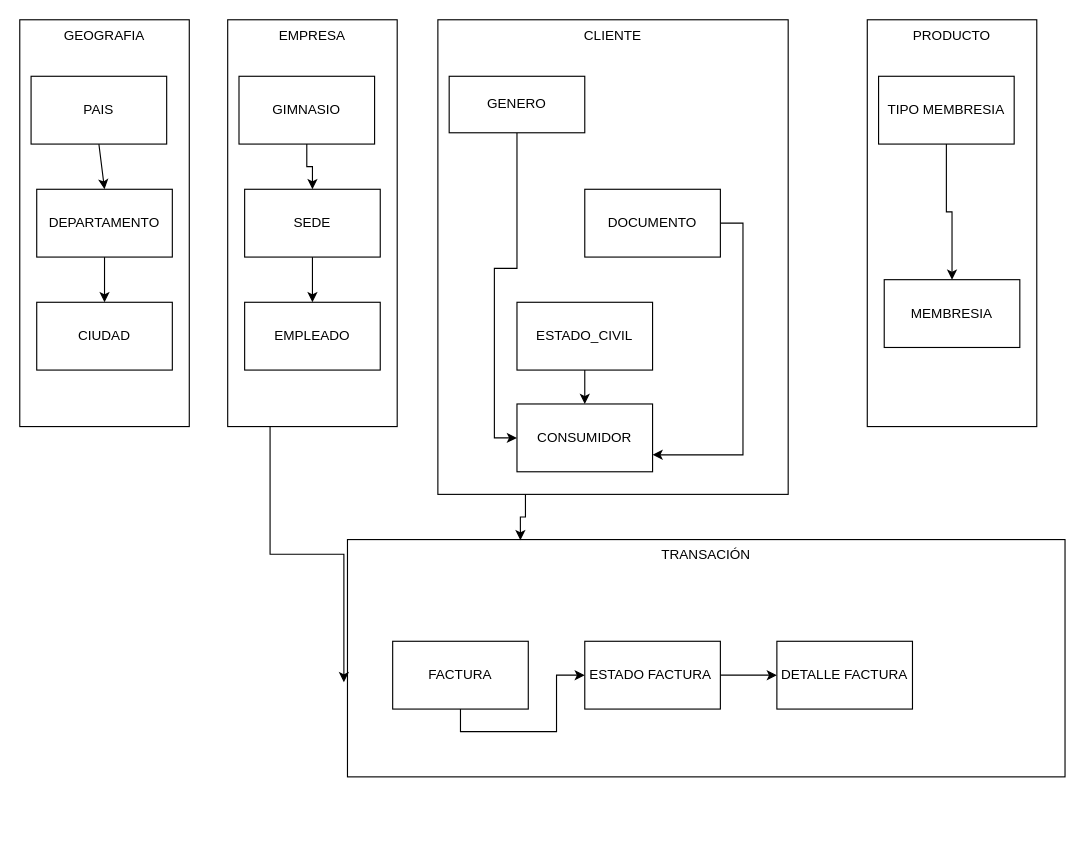
Ale-pool/MAKUMBASPORTS keeps this draw.io diagram as page "OBJECTOSRELACIONALES" (5 of 5) of 1.Planear/MAKUMBASPORTS.drawio. Above is the earlier version. Source tidied: cells renumbered, new cells numbered last; positions are measured from the earlier drawing's top-left corner, leaving out a move shared by most shapes. Both pictures are drawn from the tidied source at 113%, with x=0, y=0 at pixel (19, 19).
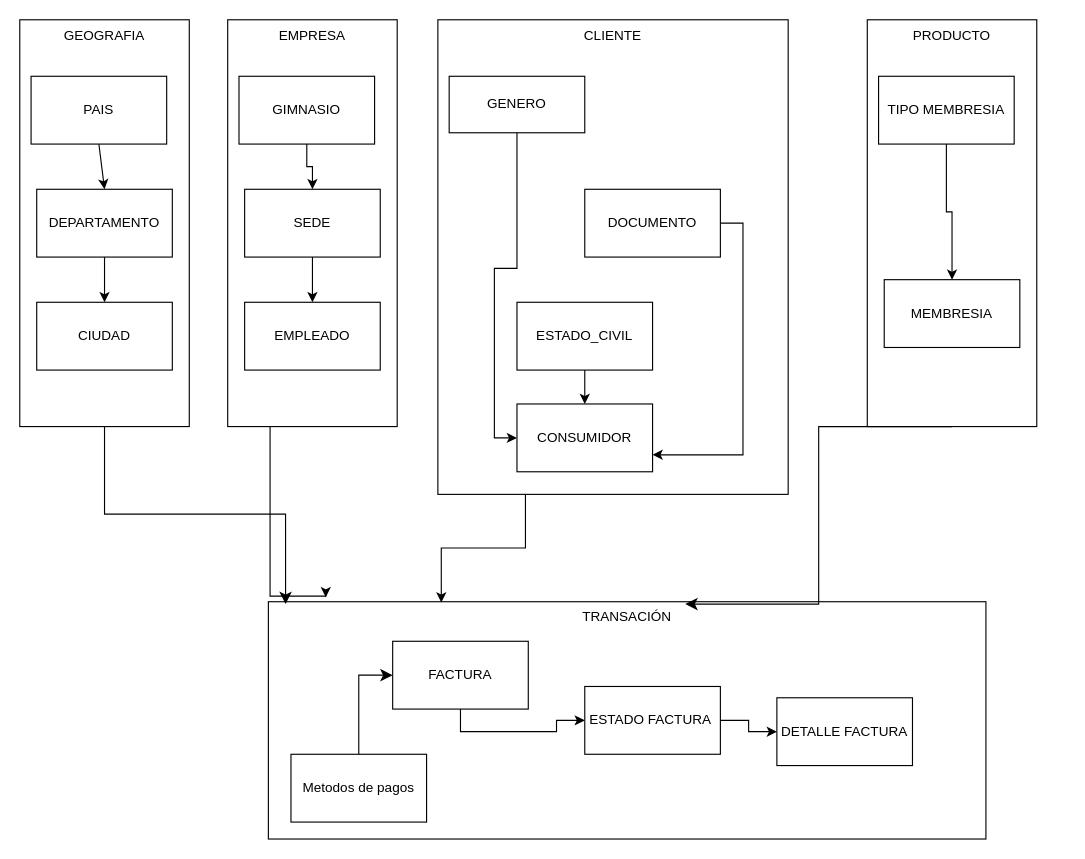
The same page after the edit.

The change refers to these unchanged cells:
```xml
<mxCell id="2" value="GEOGRAFIA" style="rounded=0;whiteSpace=wrap;html=1;verticalAlign=top;" parent="1" vertex="1">
  <mxGeometry width="150" height="360" as="geometry" />
</mxCell>
<mxCell id="8" value="EMPRESA" style="rounded=0;whiteSpace=wrap;html=1;verticalAlign=top;" parent="1" vertex="1">
  <mxGeometry x="184" width="150" height="360" as="geometry" />
</mxCell>
<mxCell id="22" value="PRODUCTO" style="rounded=0;whiteSpace=wrap;html=1;verticalAlign=top;" parent="1" vertex="1">
  <mxGeometry x="750" width="150" height="360" as="geometry" />
</mxCell>
<mxCell id="28" value="FACTURA" style="rounded=0;whiteSpace=wrap;html=1;" parent="1" vertex="1">
  <mxGeometry x="330" y="550" width="120" height="60" as="geometry" />
</mxCell>
```

The edit, as a diff of the source:
```diff
@@
     <mxCell id="26" value="TRANSACIÓN" style="rounded=0;whiteSpace=wrap;html=1;verticalAlign=top;" parent="1" vertex="1">
-      <mxGeometry x="290" y="460" width="635" height="210" as="geometry" />
+      <mxGeometry x="220" y="515" width="635" height="210" as="geometry" />
     </mxCell>
@@
     <mxCell id="30" value="ESTADO FACTURA&amp;nbsp;" style="rounded=0;whiteSpace=wrap;html=1;" parent="1" vertex="1">
-      <mxGeometry x="500" y="550" width="120" height="60" as="geometry" />
+      <mxGeometry x="500" y="590" width="120" height="60" as="geometry" />
     </mxCell>
     <mxCell id="31" value="DETALLE FACTURA" style="rounded=0;whiteSpace=wrap;html=1;" parent="1" vertex="1">
-      <mxGeometry x="670" y="550" width="120" height="60" as="geometry" />
+      <mxGeometry x="670" y="600" width="120" height="60" as="geometry" />
     </mxCell>
@@
-    <mxCell id="33" style="edgeStyle=elbowEdgeStyle;rounded=0;jettySize=auto;html=1;exitX=0.25;exitY=1;exitDx=0;exitDy=0;entryX=-0.005;entryY=0.601;entryDx=0;entryDy=0;entryPerimeter=0;elbow=vertical;" parent="1" edge="1" source="8" target="26">
-      <mxGeometry relative="1" as="geometry" />
+    <mxCell id="33" style="edgeStyle=elbowEdgeStyle;rounded=0;jettySize=auto;html=1;exitX=0.25;exitY=1;exitDx=0;exitDy=0;entryX=0.08;entryY=-0.019;entryDx=0;entryDy=0;entryPerimeter=0;elbow=vertical;" parent="1" edge="1" source="8" target="26">
+      <mxGeometry relative="1" as="geometry">
+        <Array as="points">
+          <mxPoint x="320" y="510" />
+        </Array>
+      </mxGeometry>
     </mxCell>
+    <mxCell id="34" style="edgeStyle=elbowEdgeStyle;rounded=0;jettySize=auto;html=1;exitX=0.5;exitY=1;exitDx=0;exitDy=0;entryX=0.581;entryY=0.01;entryDx=0;entryDy=0;entryPerimeter=0;fontSize=12;startSize=8;endSize=8;" parent="1" edge="1" source="22" target="26">
+      <mxGeometry relative="1" as="geometry" />
+    </mxCell>
+    <mxCell id="35" style="edgeStyle=orthogonalEdgeStyle;rounded=0;jettySize=auto;html=1;exitX=0.5;exitY=1;exitDx=0;exitDy=0;entryX=0.024;entryY=0.01;entryDx=0;entryDy=0;entryPerimeter=0;fontSize=12;startSize=8;endSize=8;" parent="1" edge="1" source="2" target="26">
+      <mxGeometry relative="1" as="geometry" />
+    </mxCell>
+    <mxCell id="36" style="edgeStyle=orthogonalEdgeStyle;rounded=0;jettySize=auto;html=1;entryX=0;entryY=0.5;entryDx=0;entryDy=0;fontSize=12;startSize=8;endSize=8;" parent="1" edge="1" source="37" target="28">
+      <mxGeometry relative="1" as="geometry" />
+    </mxCell>
+    <mxCell id="37" value="Metodos de pagos" style="rounded=0;whiteSpace=wrap;html=1;" parent="1" vertex="1">
+      <mxGeometry x="240" y="650" width="120" height="60" as="geometry" />
+    </mxCell>
```
